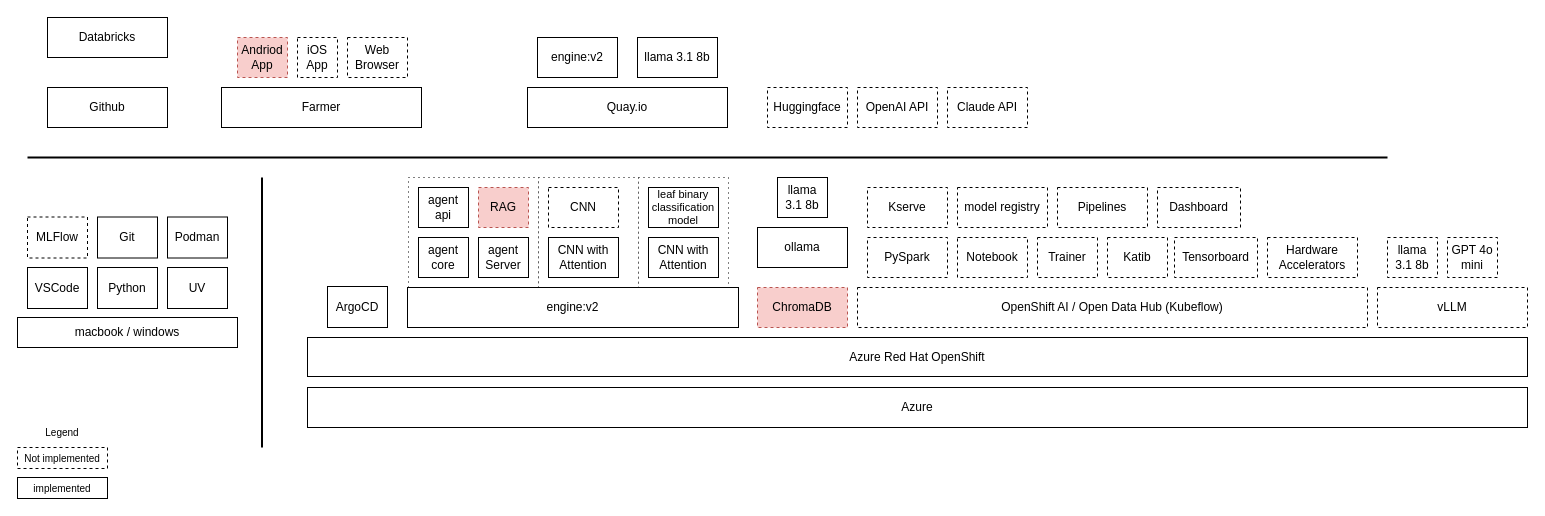
Above: page "Deployment-Architecture" (3 of 7) of docs/architecture.drawio in Amitgm/sasya-chikitsa (draw.io), before the change. Source tidied: cells renumbered, new cells numbered last; positions are measured from the earlier drawing's top-left corner, leaving out a move shared by most shapes. Both pictures are drawn from the tidied source at 100%, with x=0, y=0 at pixel (17, 17).
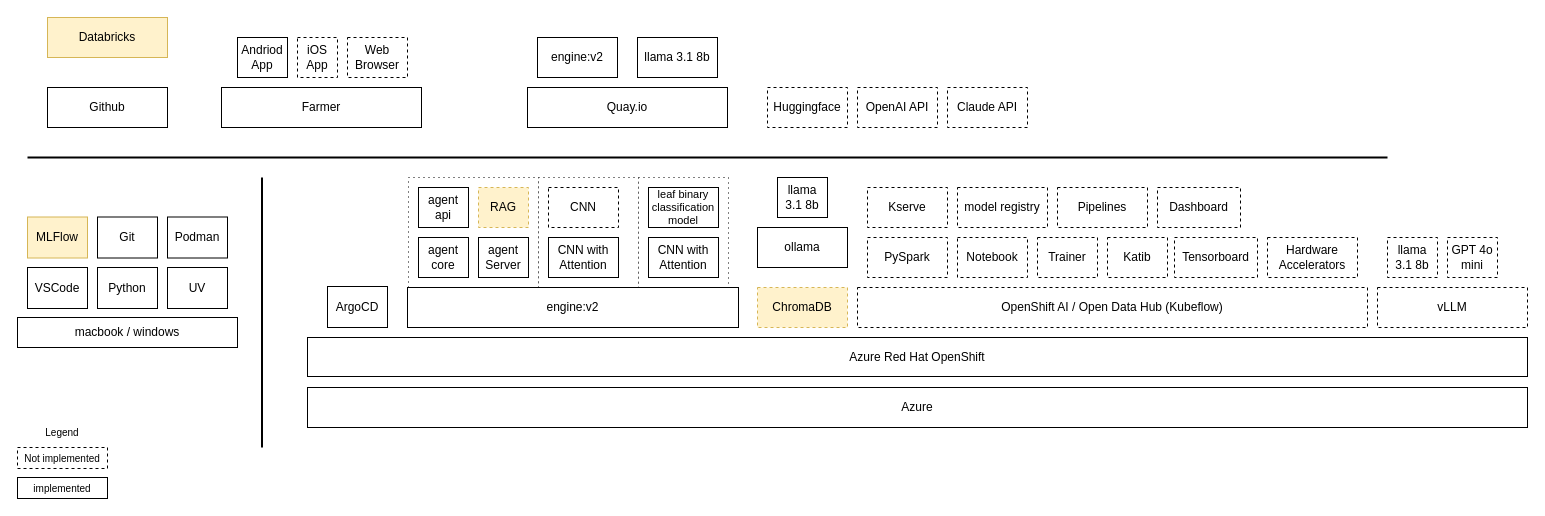
The same page after the edit.

The change refers to these unchanged cells:
```xml
<mxCell id="46" style="group;" parent="1" vertex="1">
  <mxGeometry x="390" y="160" width="331" height="150" as="geometry" />
</mxCell>
```

What changed in the source:
```diff
@@
-    <mxCell id="8" value="MLFlow" style="rounded=0;whiteSpace=wrap;html=1;dashed=1;" parent="1" vertex="1">
+    <mxCell id="8" value="MLFlow" style="rounded=0;whiteSpace=wrap;html=1;fillColor=#fff2cc;strokeColor=#d6b656;" parent="1" vertex="1">
       <mxGeometry x="10" y="199.5" width="60" height="41" as="geometry" />
     </mxCell>
@@
-    <mxCell id="35" value="ChromaDB" style="rounded=0;whiteSpace=wrap;html=1;dashed=1;fillColor=#f8cecc;strokeColor=#b85450;" parent="1" vertex="1">
+    <mxCell id="35" value="ChromaDB" style="rounded=0;whiteSpace=wrap;html=1;dashed=1;fillColor=#fff2cc;strokeColor=#d6b656;" parent="1" vertex="1">
       <mxGeometry x="740" y="270" width="90" height="40" as="geometry" />
     </mxCell>
@@
-    <mxCell id="37" value="Andriod App" style="rounded=0;whiteSpace=wrap;html=1;dashed=1;fillColor=#f8cecc;strokeColor=#b85450;" parent="1" vertex="1">
+    <mxCell id="37" value="Andriod App" style="rounded=0;whiteSpace=wrap;html=1;" parent="1" vertex="1">
       <mxGeometry x="220" y="20" width="50" height="40" as="geometry" />
     </mxCell>
@@
-    <mxCell id="58" value="RAG" style="rounded=0;whiteSpace=wrap;html=1;dashed=1;fillColor=#f8cecc;strokeColor=#b85450;" parent="46" vertex="1">
+    <mxCell id="58" value="RAG" style="rounded=0;whiteSpace=wrap;html=1;dashed=1;fillColor=#fff2cc;strokeColor=#d6b656;" parent="46" vertex="1">
       <mxGeometry x="71" y="10" width="50" height="40" as="geometry" />
     </mxCell>
@@
-    <mxCell id="61" value="Databricks" style="rounded=0;whiteSpace=wrap;html=1;" parent="1" vertex="1">
+    <mxCell id="61" value="Databricks" style="rounded=0;whiteSpace=wrap;html=1;fillColor=#fff2cc;strokeColor=#d6b656;" parent="1" vertex="1">
       <mxGeometry x="30" width="120" height="40" as="geometry" />
     </mxCell>
```
